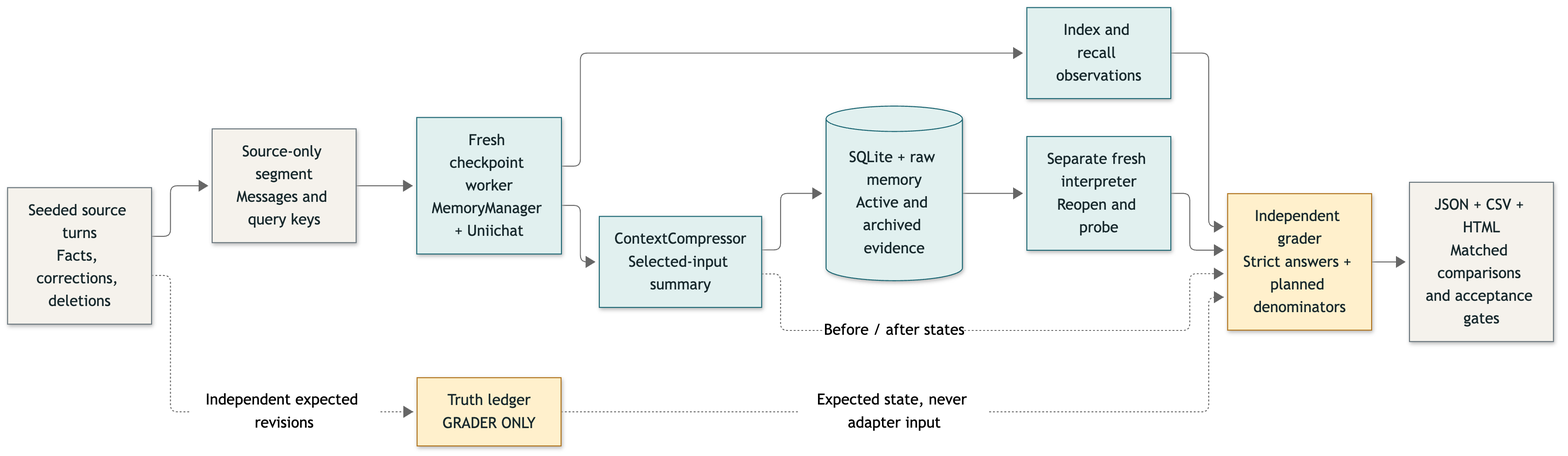
The Mermaid diagram docs/images/evidence-flow.png in DevvGwardo/hermes-memory-lab, before a commit. Its source is kept beside it as docs/diagrams/evidence-flow.mmd. Its diagram source:
```mermaid
flowchart LR
    Source["Seeded source turns<br/>Facts, corrections, deletions"] --> Input["Source-only segment<br/>Messages and query keys"]
    Source -. "Independent expected revisions" .-> Ledger["Truth ledger<br/>GRADER ONLY"]
    Input --> Runtime["Fresh checkpoint worker<br/>MemoryManager + Uniichat"]
    Runtime --> Recall["Index and recall observations"]
    Runtime --> Compact["ContextCompressor<br/>Selected-input summary"]
    Compact --> DB[("SQLite + raw memory<br/>Active and archived evidence")]
    DB --> Restart["Separate fresh interpreter<br/>Reopen and probe"]
    Recall --> Grade["Independent grader<br/>Strict answers + planned denominators"]
    Compact -. "Before / after states" .-> Grade
    Restart --> Grade
    Ledger -. "Expected state, never adapter input" .-> Grade
    Grade --> Reports["JSON + CSV + HTML<br/>Matched comparisons and acceptance gates"]
    classDef source fill:#f5f2ec,stroke:#626f77,color:#18292d
    classDef real fill:#e1f0ef,stroke:#176370,color:#18292d
    classDef grader fill:#fff0cc,stroke:#ad6f16,color:#18292d
    class Source,Input,Reports source
    class Runtime,Recall,Compact,DB,Restart real
    class Ledger,Grade grader
```
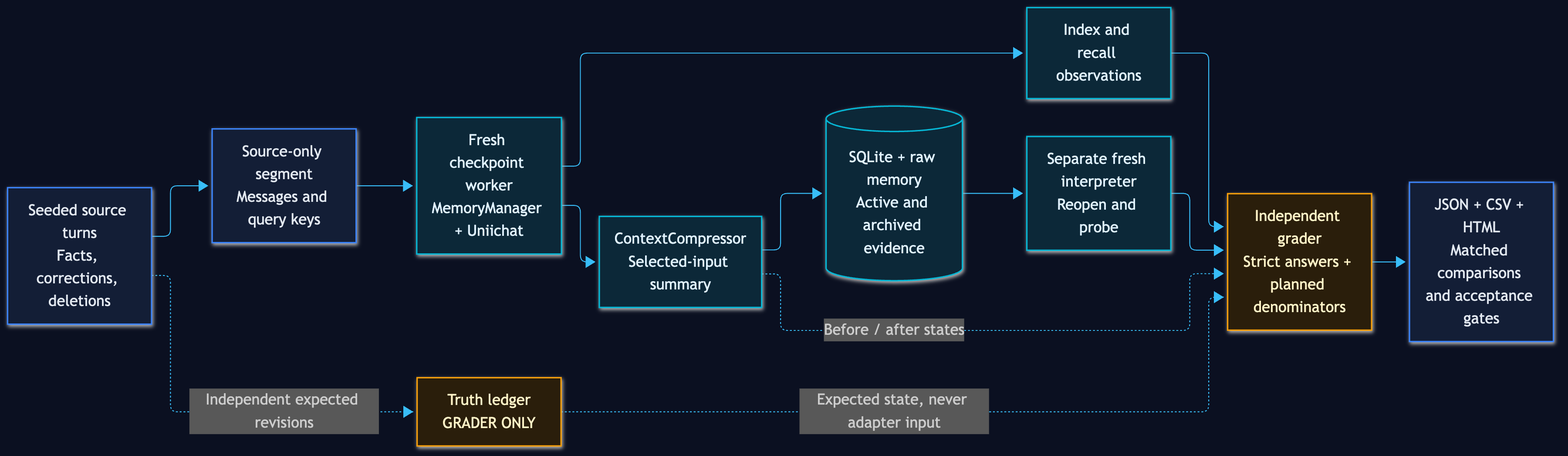
After the commit.

What changed in the source:
```diff
@@ -11,9 +11,9 @@
     Restart --> Grade
     Ledger -. "Expected state, never adapter input" .-> Grade
     Grade --> Reports["JSON + CSV + HTML<br/>Matched comparisons and acceptance gates"]
-    classDef source fill:#f5f2ec,stroke:#626f77,color:#18292d
-    classDef real fill:#e1f0ef,stroke:#176370,color:#18292d
-    classDef grader fill:#fff0cc,stroke:#ad6f16,color:#18292d
+    classDef source fill:#131e36,stroke:#3b82f6,stroke-width:1.5px,color:#e2e8f0
+    classDef real fill:#0c2838,stroke:#06b6d4,stroke-width:1.5px,color:#e0f2fe
+    classDef grader fill:#2a1e0b,stroke:#f59e0b,stroke-width:1.5px,color:#fef3c7
     class Source,Input,Reports source
     class Runtime,Recall,Compact,DB,Restart real
     class Ledger,Grade grader
```
